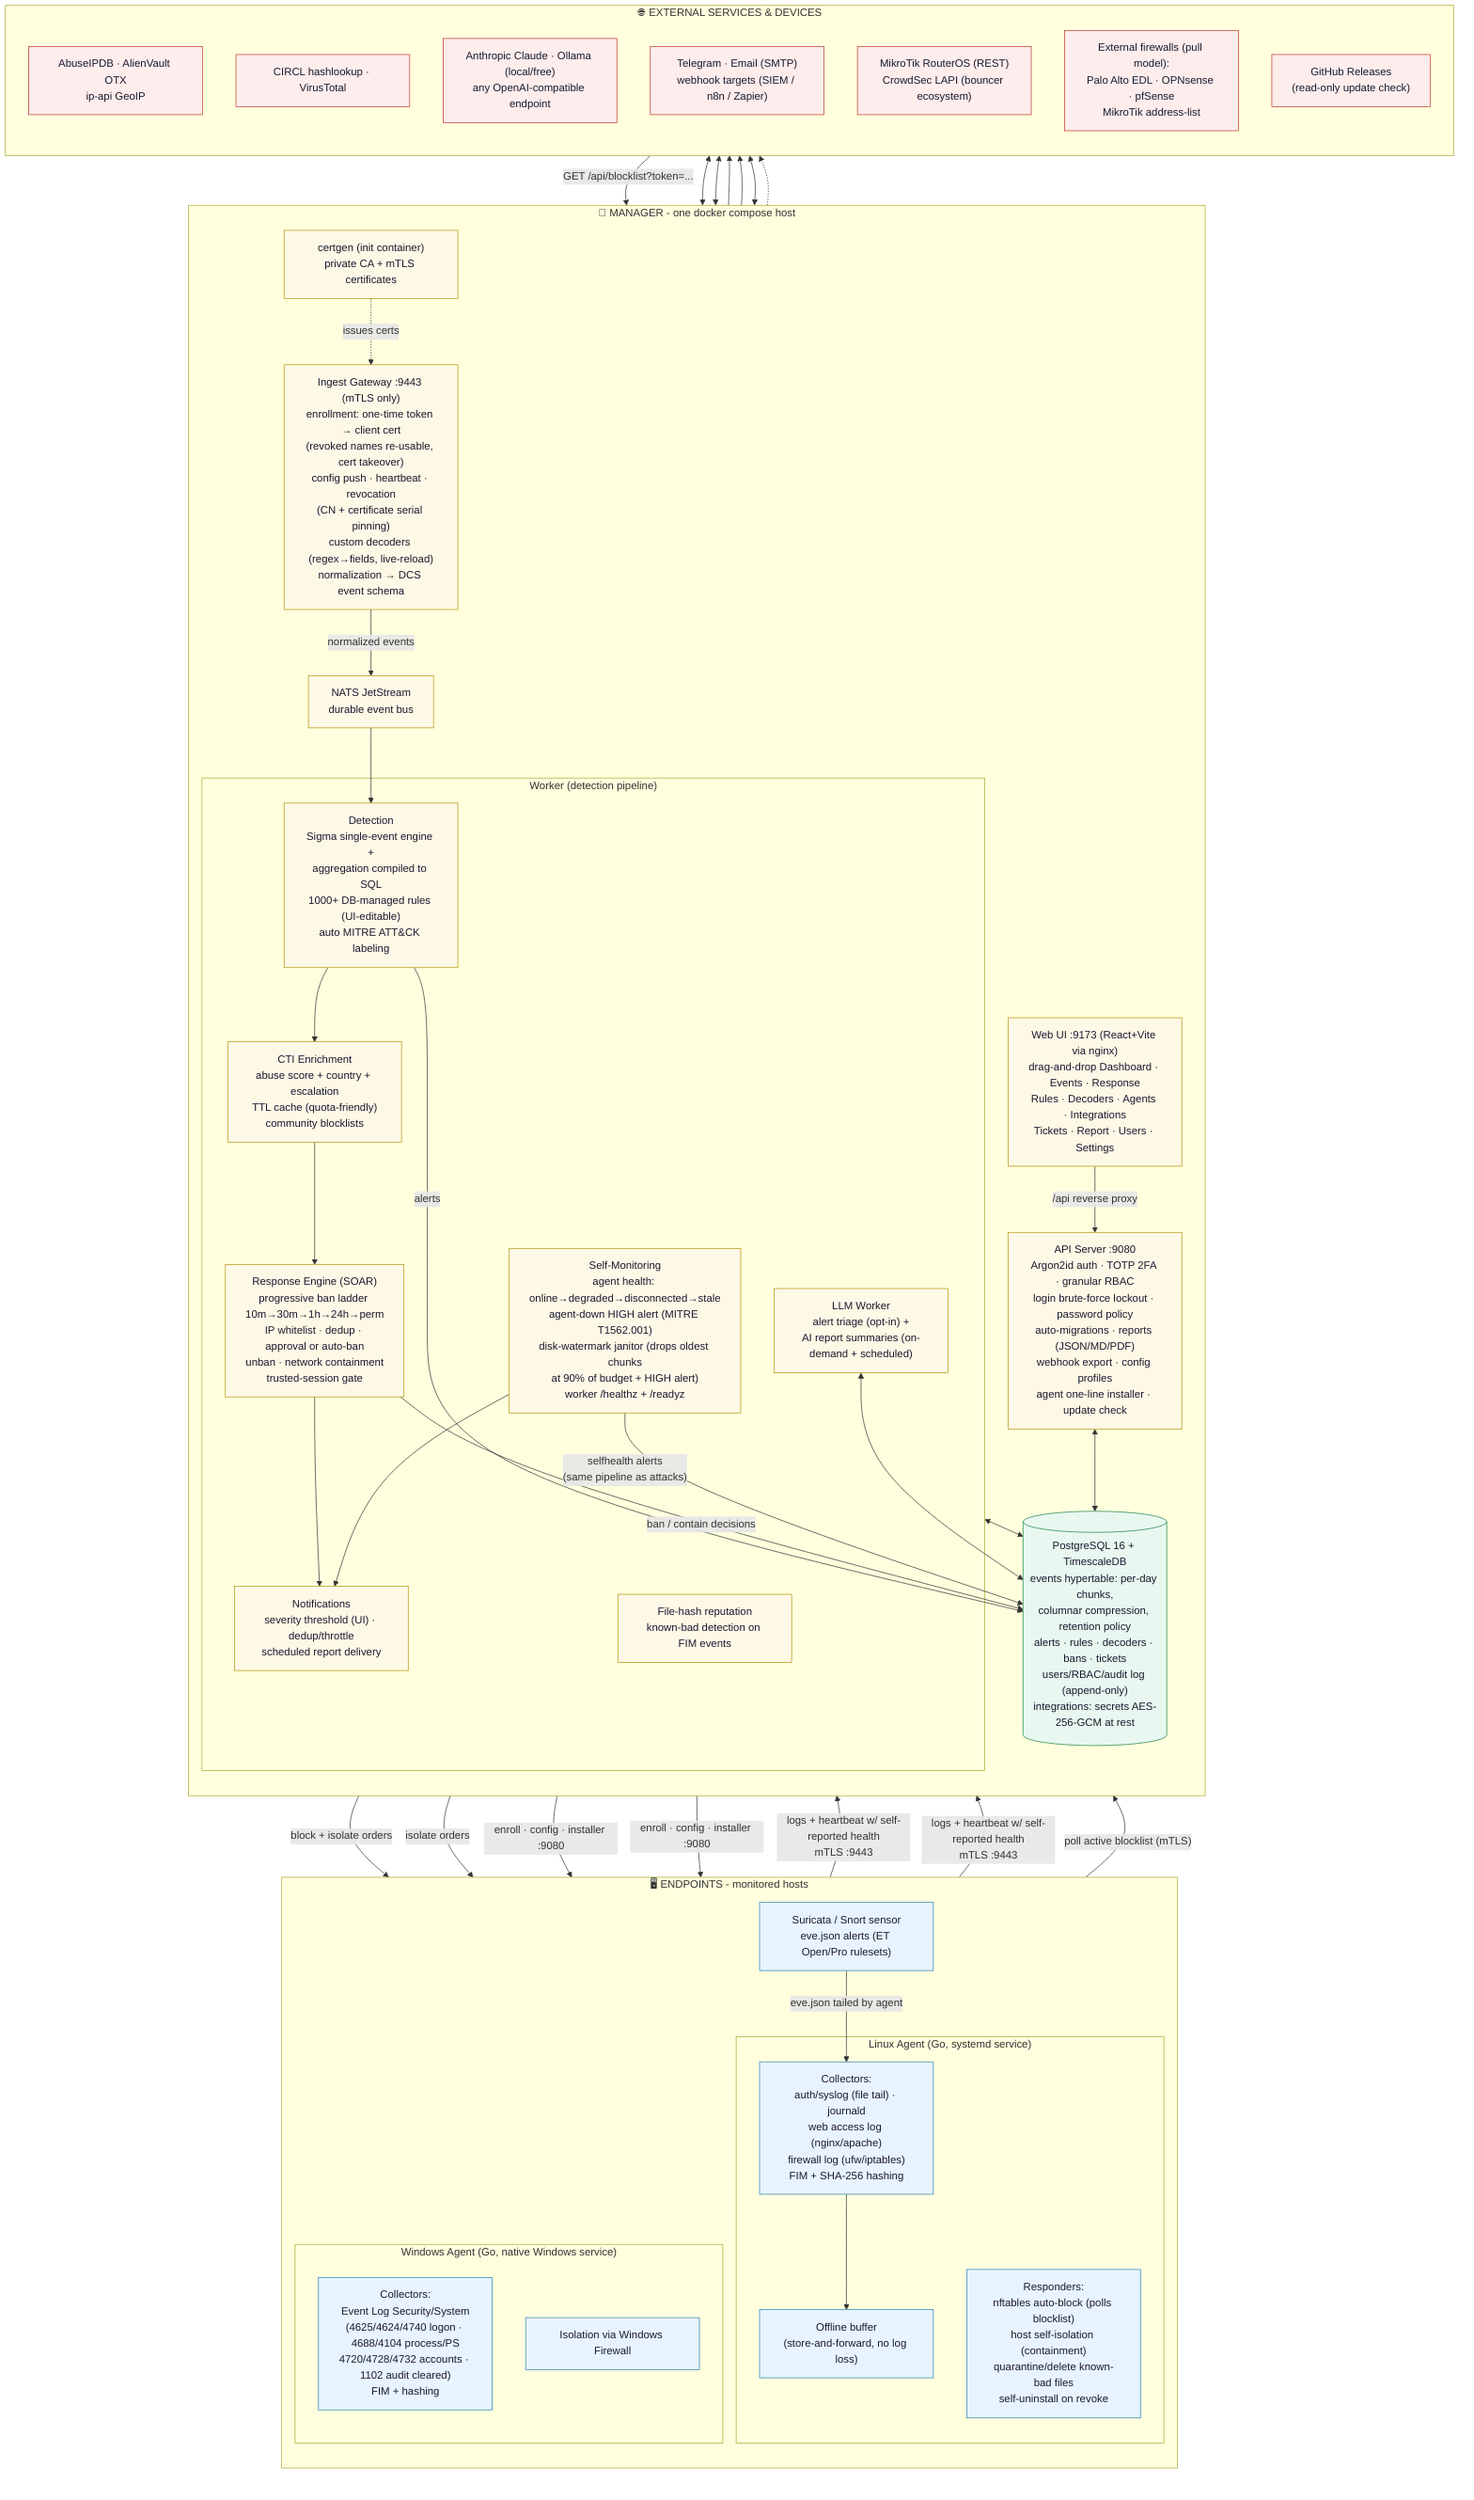
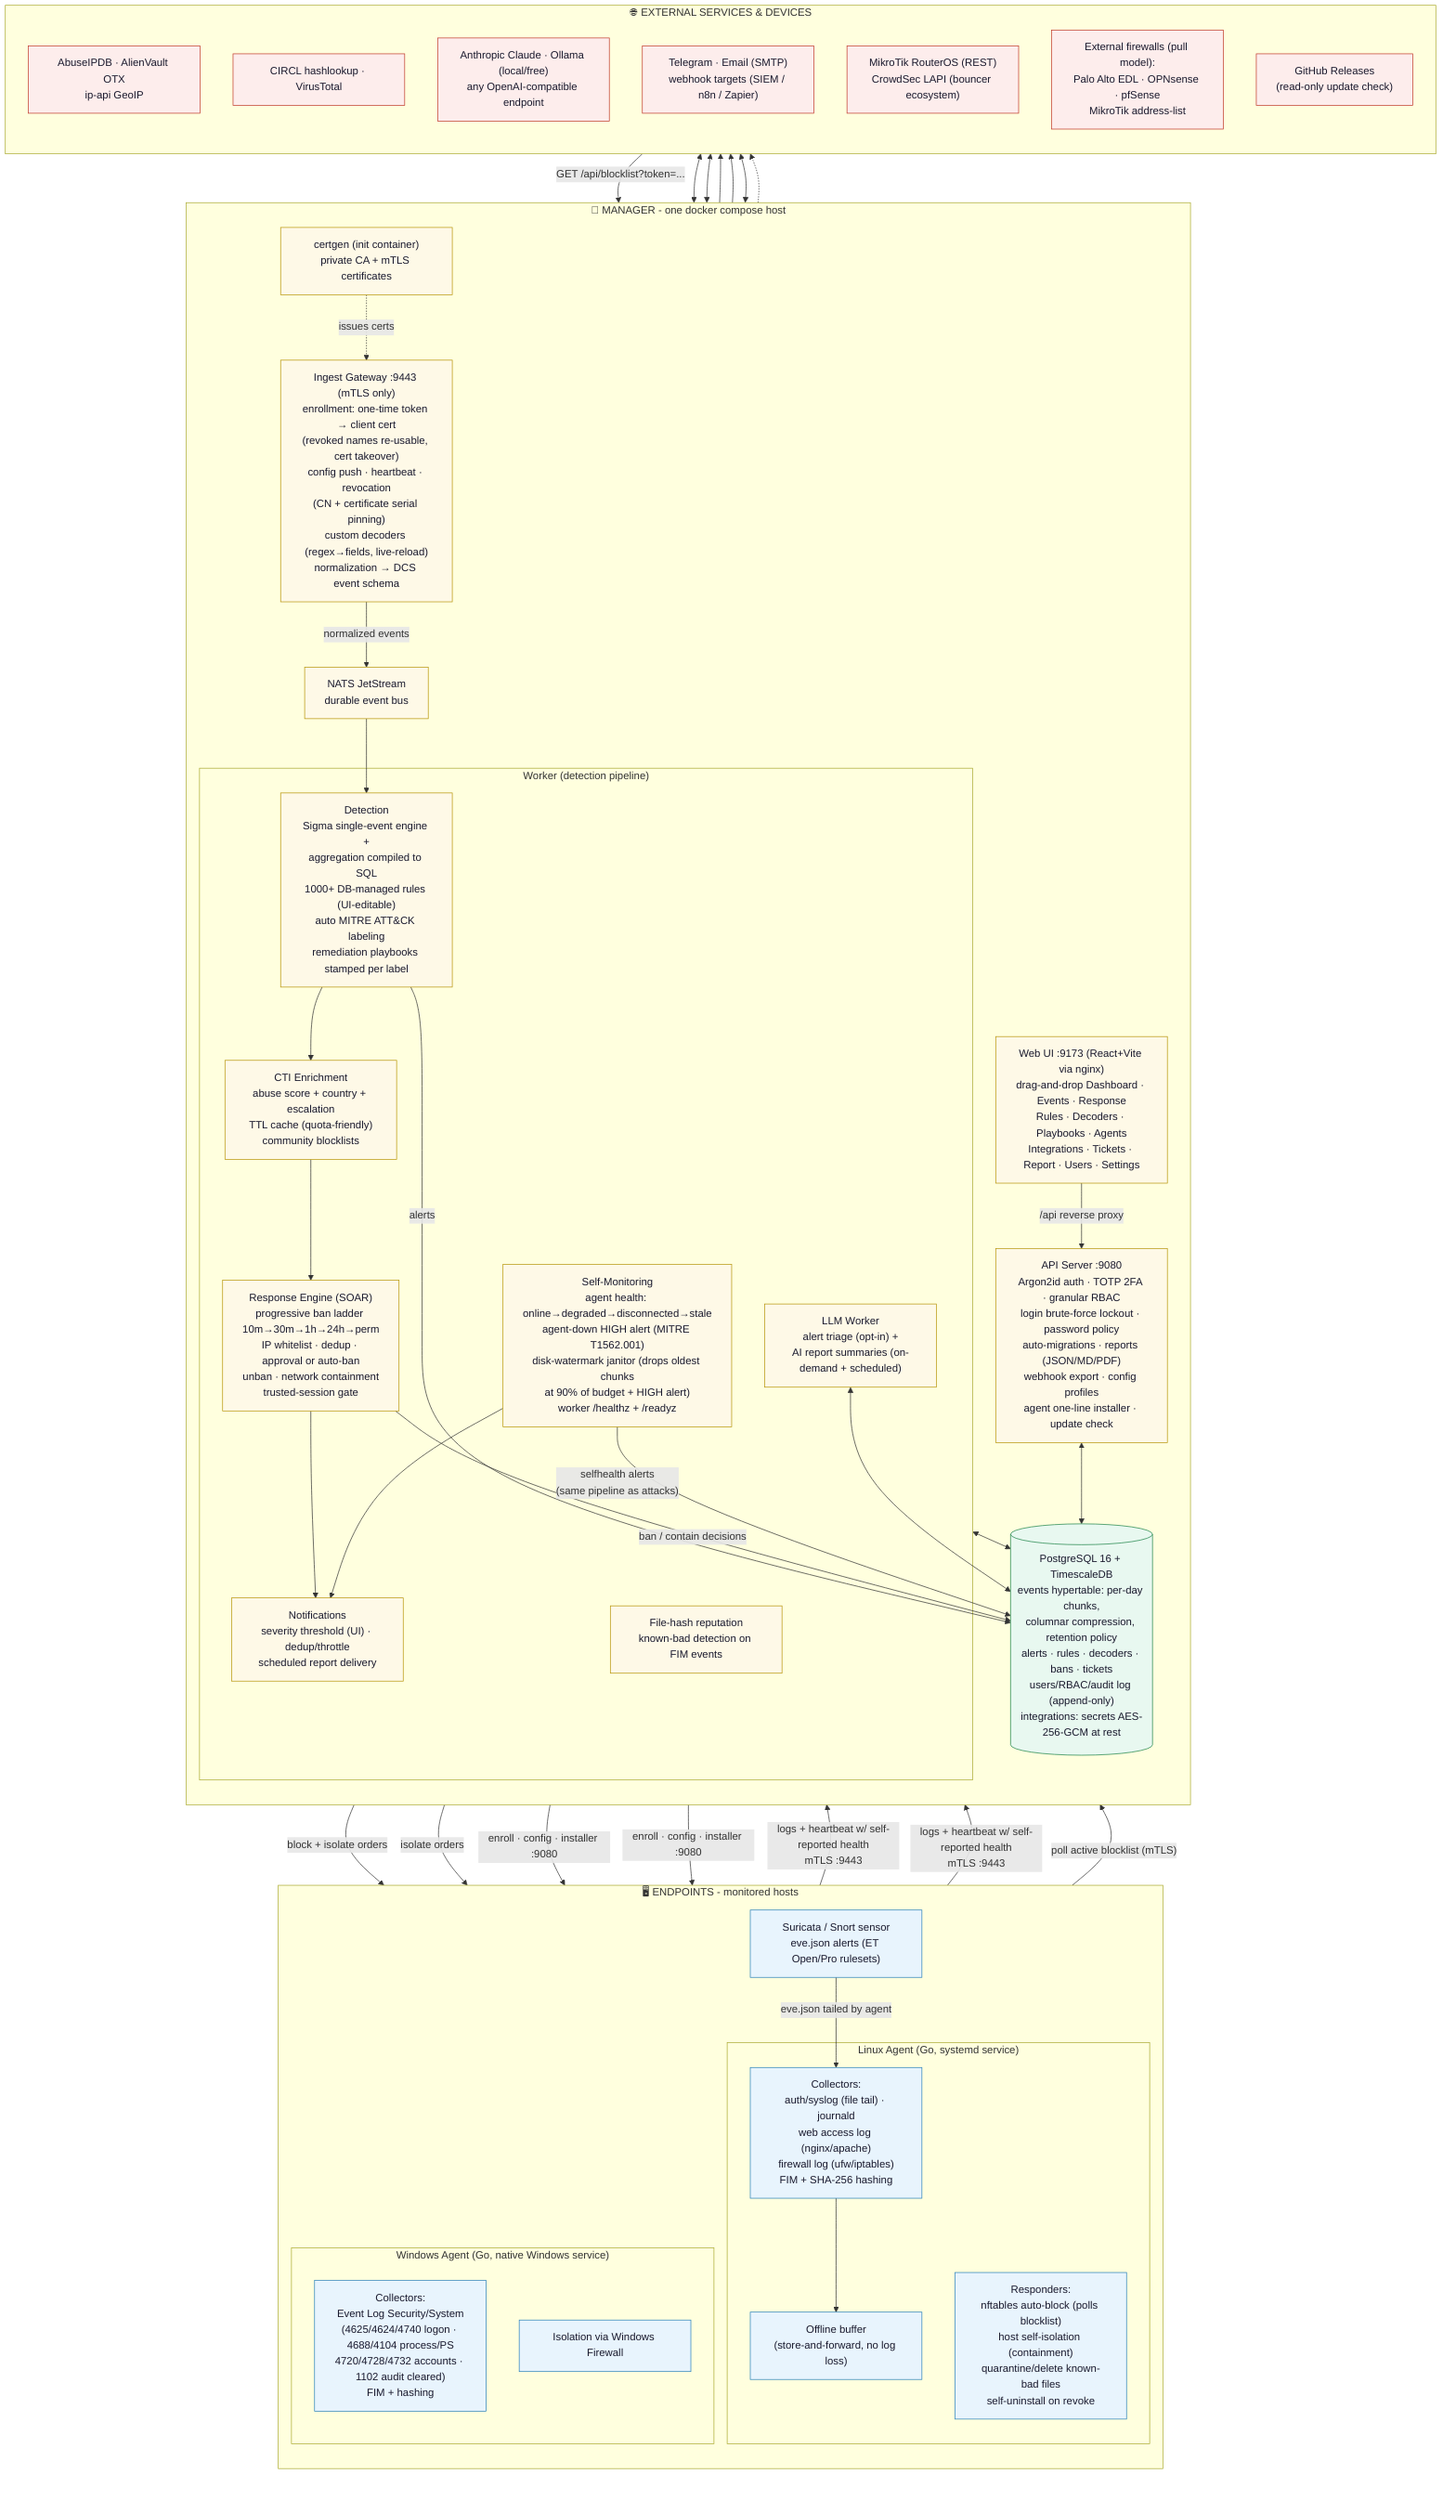
flowchart TB

  %% ══════════════ ENDPOINTS ══════════════
  subgraph EP["🖥️ ENDPOINTS - monitored hosts"]
    direction TB
    subgraph LA["Linux Agent (Go, systemd service)"]
      LC["Collectors:<br/>auth/syslog (file tail) · journald<br/>web access log (nginx/apache)<br/>firewall log (ufw/iptables)<br/>FIM + SHA-256 hashing"]
      LB["Offline buffer<br/>(store-and-forward, no log loss)"]
      LR["Responders:<br/>nftables auto-block (polls blocklist)<br/>host self-isolation (containment)<br/>quarantine/delete known-bad files<br/>self-uninstall on revoke"]
    end
    subgraph WA["Windows Agent (Go, native Windows service)"]
      WC["Collectors:<br/>Event Log Security/System<br/>(4625/4624/4740 logon · 4688/4104 process/PS<br/>4720/4728/4732 accounts · 1102 audit cleared)<br/>FIM + hashing"]
      WR["Isolation via Windows Firewall"]
    end
    SUR["Suricata / Snort sensor<br/>eve.json alerts (ET Open/Pro rulesets)"]
  end

  %% ══════════════ MANAGER ══════════════
  subgraph MGR["🏰 MANAGER - one docker compose host"]
    direction TB
    CG["certgen (init container)<br/>private CA + mTLS certificates"]
    GW["Ingest Gateway :9443 (mTLS only)<br/>enrollment: one-time token → client cert<br/>(revoked names re-usable, cert takeover)<br/>config push · heartbeat · revocation<br/>(CN + certificate serial pinning)<br/>custom decoders (regex→fields, live-reload)<br/>normalization → DCS event schema"]
    BUS["NATS JetStream<br/>durable event bus"]
    subgraph WK["Worker (detection pipeline)"]
-       DET["Detection<br/>Sigma single-event engine +<br/>aggregation compiled to SQL<br/>1000+ DB-managed rules (UI-editable)<br/>auto MITRE ATT&CK labeling"]
+       DET["Detection<br/>Sigma single-event engine +<br/>aggregation compiled to SQL<br/>1000+ DB-managed rules (UI-editable)<br/>auto MITRE ATT&CK labeling<br/>remediation playbooks stamped per label"]
      ENR["CTI Enrichment<br/>abuse score + country + escalation<br/>TTL cache (quota-friendly)<br/>community blocklists"]
      HREP["File-hash reputation<br/>known-bad detection on FIM events"]
      RSP["Response Engine (SOAR)<br/>progressive ban ladder 10m→30m→1h→24h→perm<br/>IP whitelist · dedup · approval or auto-ban<br/>unban · network containment<br/>trusted-session gate"]
      NTF["Notifications<br/>severity threshold (UI) · dedup/throttle<br/>scheduled report delivery"]
      LLMW["LLM Worker<br/>alert triage (opt-in) +<br/>AI report summaries (on-demand + scheduled)"]
      SELF["Self-Monitoring<br/>agent health: online→degraded→disconnected→stale<br/>agent-down HIGH alert (MITRE T1562.001)<br/>disk-watermark janitor (drops oldest chunks<br/>at 90% of budget + HIGH alert)<br/>worker /healthz + /readyz"]
    end
    DB[("PostgreSQL 16 + TimescaleDB<br/>events hypertable: per-day chunks,<br/>columnar compression, retention policy<br/>alerts · rules · decoders · bans · tickets<br/>users/RBAC/audit log (append-only)<br/>integrations: secrets AES-256-GCM at rest")]
    API["API Server :9080<br/>Argon2id auth · TOTP 2FA · granular RBAC<br/>login brute-force lockout · password policy<br/>auto-migrations · reports (JSON/MD/PDF)<br/>webhook export · config profiles<br/>agent one-line installer · update check"]
-     WEB["Web UI :9173 (React+Vite via nginx)<br/>drag-and-drop Dashboard · Events · Response<br/>Rules · Decoders · Agents · Integrations<br/>Tickets · Report · Users · Settings"]
+     WEB["Web UI :9173 (React+Vite via nginx)<br/>drag-and-drop Dashboard · Events · Response<br/>Rules · Decoders · Playbooks · Agents<br/>Integrations · Tickets · Report · Users · Settings"]
  end

  %% ══════════════ EXTERNAL ══════════════
  subgraph EXT["🌐 EXTERNAL SERVICES & DEVICES"]
    direction TB
    CTI["AbuseIPDB · AlienVault OTX<br/>ip-api GeoIP"]
    HASHSVC["CIRCL hashlookup · VirusTotal"]
    LLMP["Anthropic Claude · Ollama (local/free)<br/>any OpenAI-compatible endpoint"]
    CHAN["Telegram · Email (SMTP)<br/>webhook targets (SIEM / n8n / Zapier)"]
    ENF["MikroTik RouterOS (REST)<br/>CrowdSec LAPI (bouncer ecosystem)"]
    EDL["External firewalls (pull model):<br/>Palo Alto EDL · OPNsense · pfSense<br/>MikroTik address-list"]
    GH["GitHub Releases<br/>(read-only update check)"]
  end

  %% ══════════════ FLOWS ══════════════
  LC --> LB
  LB -- "logs + heartbeat w/ self-reported health<br/>mTLS :9443" --> GW
  WC -- "logs + heartbeat w/ self-reported health<br/>mTLS :9443" --> GW
  SUR -- "eve.json tailed by agent" --> LC
  CG -.->|issues certs| GW
  GW -- "normalized events" --> BUS
  BUS --> DET
  DET -- "alerts" --> DB
  DET --> ENR
  ENR <--> CTI
  HREP <--> HASHSVC
  ENR --> RSP
  RSP -- "ban / contain decisions" --> DB
  RSP --> NTF
  RSP --> ENF
  NTF --> CHAN
  SELF -- "selfhealth alerts<br/>(same pipeline as attacks)" --> DB
  SELF --> NTF
  LLMW <--> LLMP
  LLMW <--> DB
  WK <--> DB
  API <--> DB
  WEB -- "/api reverse proxy" --> API
  API -- "enroll · config · installer :9080" --> LA
  API -- "enroll · config · installer :9080" --> WA
  LR -- "poll active blocklist (mTLS)" --> GW
  GW -- "block + isolate orders" --> LR
  GW -- "isolate orders" --> WR
  EDL -- "GET /api/blocklist?token=..." --> API
  API -.-> GH

  %% ══════════════ STYLES ══════════════
  classDef endpoint fill:#e8f4fd,stroke:#2980b9,color:#1a1a2e
  classDef manager fill:#fef9e7,stroke:#b7950b,color:#1a1a2e
  classDef storage fill:#e8f8f0,stroke:#1e8449,color:#1a1a2e
  classDef external fill:#fdedec,stroke:#c0392b,color:#1a1a2e
  class LC,LB,LR,WC,WR,SUR endpoint
  class CG,GW,BUS,DET,ENR,HREP,RSP,NTF,LLMW,SELF,API,WEB manager
  class DB storage
  class CTI,HASHSVC,LLMP,CHAN,ENF,EDL,GH external
